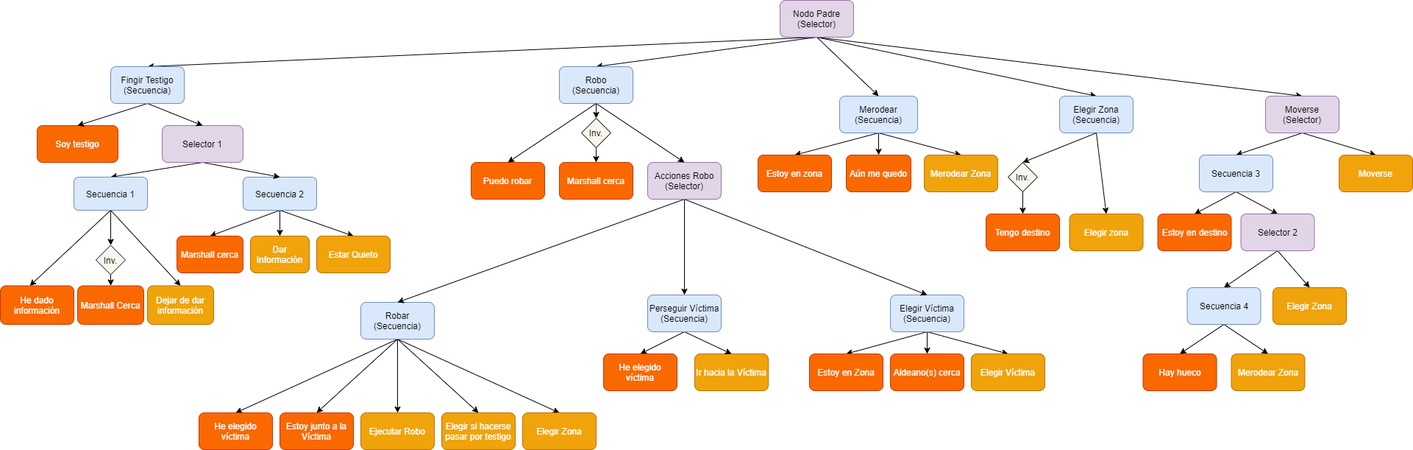
Earlier version of the draw.io export Comportamiento de Personajes/Documentos/BehaviourTreeThief.png (lightningopal/Juegos-para-Web-y-Redes-Sociales---Unity). Source tidied: cells renumbered, new cells last; positions are measured from the earlier drawing's top-left corner, leaving out a move shared by most shapes.
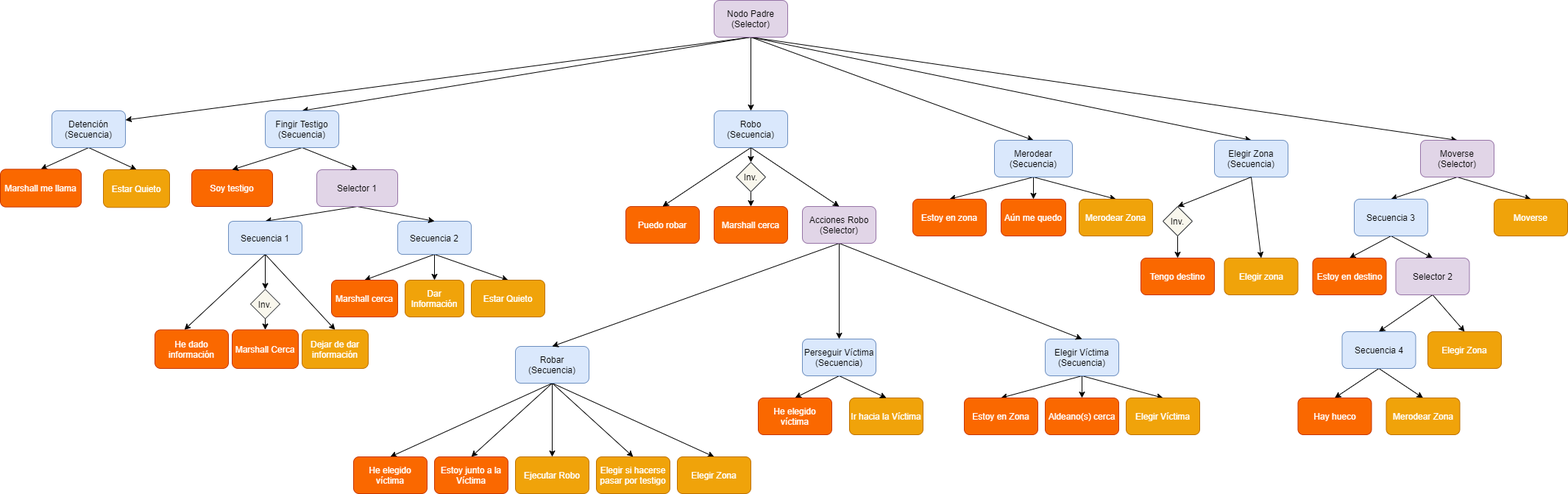
Later version of the same file.

What changed in the source:
```diff
@@ -17,8 +17,11 @@
     <mxCell id="6" style="rounded=0;jettySize=auto;html=1;exitX=0.5;exitY=1;exitDx=0;exitDy=0;entryX=0.5;entryY=0;entryDx=0;entryDy=0;" parent="1" edge="1" source="7" target="92">
       <mxGeometry relative="1" as="geometry" />
     </mxCell>
+    <mxCell id="97" style="edgeStyle=none;rounded=0;jettySize=auto;html=1;exitX=0.5;exitY=1;exitDx=0;exitDy=0;entryX=1;entryY=0.25;entryDx=0;entryDy=0;" parent="1" edge="1" source="7" target="100">
+      <mxGeometry relative="1" as="geometry" />
+    </mxCell>
     <mxCell id="7" value="Nodo Padre&lt;br&gt;(Selector)" style="rounded=1;whiteSpace=wrap;html=1;fillColor=#e1d5e7;strokeColor=#9673a6;" parent="1" vertex="1">
-      <mxGeometry x="1060" width="100" height="50" as="geometry" />
+      <mxGeometry x="760" y="-60" width="100" height="50" as="geometry" />
     </mxCell>
     <mxCell id="8" style="edgeStyle=none;rounded=0;jettySize=auto;html=1;exitX=0.5;exitY=1;exitDx=0;exitDy=0;entryX=0.5;entryY=0;entryDx=0;entryDy=0;" parent="1" edge="1" source="11" target="25">
       <mxGeometry relative="1" as="geometry" />
@@ -289,5 +292,20 @@
     <mxCell id="96" value="Aún me quedo" style="rounded=1;whiteSpace=wrap;html=1;fillColor=#fa6800;strokeColor=#C73500;fontColor=#ffffff;" parent="1" vertex="1">
       <mxGeometry x="1150" y="210" width="88" height="50" as="geometry" />
     </mxCell>
+    <mxCell id="98" style="edgeStyle=none;rounded=0;jettySize=auto;html=1;exitX=0.5;exitY=1;exitDx=0;exitDy=0;entryX=0.5;entryY=0;entryDx=0;entryDy=0;" parent="1" edge="1" source="100" target="101">
+      <mxGeometry relative="1" as="geometry" />
+    </mxCell>
+    <mxCell id="99" style="edgeStyle=none;rounded=0;jettySize=auto;html=1;exitX=0.5;exitY=1;exitDx=0;exitDy=0;entryX=0.5;entryY=0;entryDx=0;entryDy=0;" parent="1" edge="1" source="100" target="102">
+      <mxGeometry relative="1" as="geometry" />
+    </mxCell>
+    <mxCell id="100" value="Detención&lt;br&gt;(Secuencia)" style="rounded=1;whiteSpace=wrap;html=1;fillColor=#dae8fc;strokeColor=#6c8ebf;" parent="1" vertex="1">
+      <mxGeometry x="-140" y="90" width="100" height="50" as="geometry" />
+    </mxCell>
+    <mxCell id="101" value="Marshall me llama" style="rounded=1;whiteSpace=wrap;html=1;fillColor=#fa6800;strokeColor=#C73500;fontColor=#ffffff;" parent="1" vertex="1">
+      <mxGeometry x="-210" y="169.4" width="110" height="51.2" as="geometry" />
+    </mxCell>
+    <mxCell id="102" value="Estar Quieto" style="rounded=1;whiteSpace=wrap;html=1;fillColor=#f0a30a;strokeColor=#BD7000;fontColor=#ffffff;" parent="1" vertex="1">
+      <mxGeometry x="-70" y="170" width="90" height="51.2" as="geometry" />
+    </mxCell>
   </root>
 </mxGraphModel>
```
